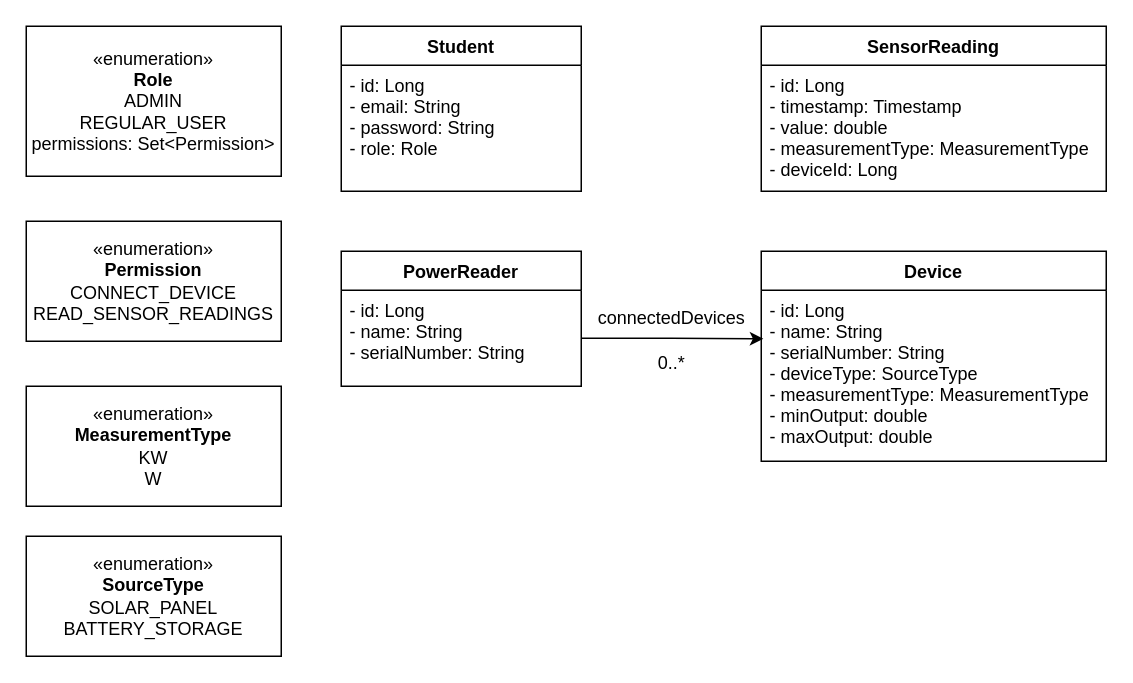
sdjuric00/power-reader-api keeps this draw.io diagram as diagrams/class-diagram.drawio. Above is the earlier version. Source tidied: cells renumbered, new cells numbered last; positions are measured from the earlier drawing's top-left corner, leaving out a move shared by most shapes. Both pictures are drawn from the tidied source at 150%, with x=0, y=0 at pixel (26, 26).
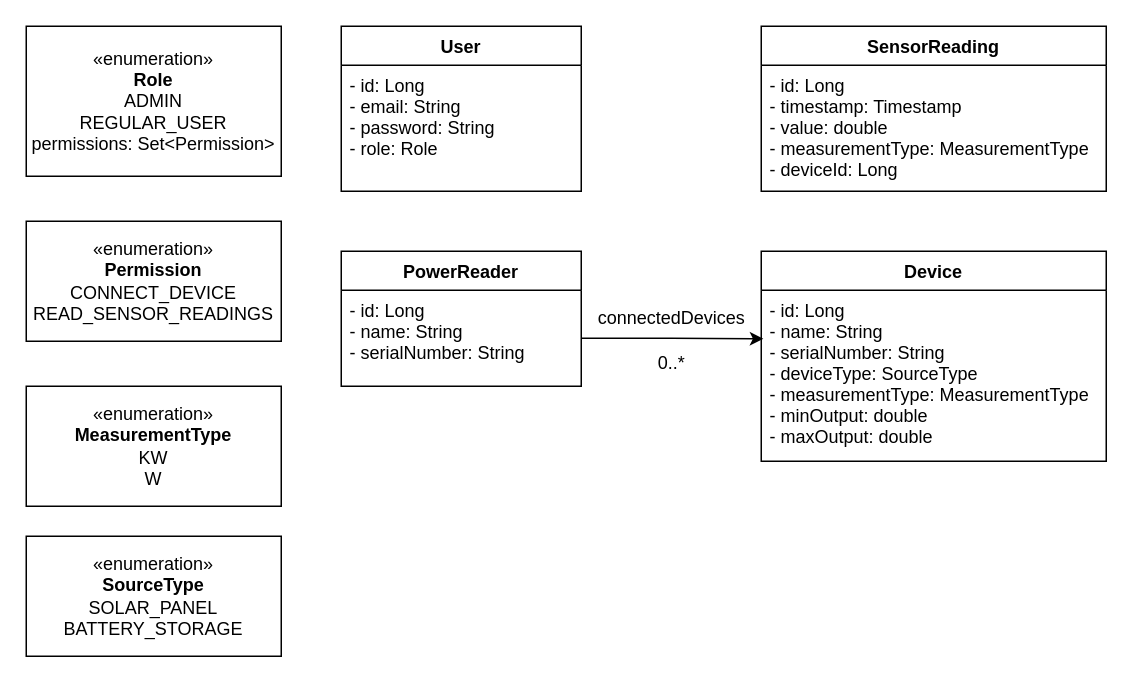
The same diagram, later.

The edit, as a diff of the source:
```diff
@@
 <mxGraphModel>
   <root>
     <mxCell id="0" />
     <mxCell id="1" parent="0" />
-    <mxCell id="2" value="Student" style="swimlane;fontStyle=1;align=center;verticalAlign=top;horizontal=1;startSize=26;rounded=0;shadow=0;strokeWidth=1;" parent="1" vertex="1">
+    <mxCell id="2" value="User" style="swimlane;fontStyle=1;align=center;verticalAlign=top;horizontal=1;startSize=26;rounded=0;shadow=0;strokeWidth=1;" parent="1" vertex="1">
       <mxGeometry x="210" width="160" height="110" as="geometry" />
     </mxCell>
     <mxCell id="3" value="- id: Long&#10;- email: String&#10;- password: String&#10;- role: Role" style="text;align=left;verticalAlign=top;spacingLeft=4;spacingRight=4;overflow=hidden;" parent="2" vertex="1">
       <mxGeometry y="26" width="160" height="64" as="geometry" />
     </mxCell>
     <mxCell id="4" value="«enumeration»&lt;br&gt;&lt;b&gt;Role&lt;/b&gt;&lt;br&gt;ADMIN&lt;br&gt;REGULAR_USER&lt;br&gt;permissions: Set&amp;lt;Permission&amp;gt;" style="html=1;whiteSpace=wrap;" parent="1" vertex="1">
       <mxGeometry width="170" height="100" as="geometry" />
     </mxCell>
     <mxCell id="5" value="«enumeration»&lt;br&gt;&lt;b&gt;Permission&lt;/b&gt;&lt;br&gt;CONNECT_DEVICE&lt;br&gt;READ_SENSOR_READINGS&lt;br&gt;" style="html=1;whiteSpace=wrap;" parent="1" vertex="1">
       <mxGeometry y="130" width="170" height="80" as="geometry" />
     </mxCell>
     <mxCell id="6" value="SensorReading" style="swimlane;fontStyle=1;align=center;verticalAlign=top;horizontal=1;startSize=26;rounded=0;shadow=0;strokeWidth=1;" parent="1" vertex="1">
       <mxGeometry x="490" width="230" height="110" as="geometry" />
     </mxCell>
     <mxCell id="7" value="- id: Long&#10;- timestamp: Timestamp&#10;- value: double&#10;- measurementType: MeasurementType&#10;- deviceId: Long" style="text;align=left;verticalAlign=top;spacingLeft=4;spacingRight=4;overflow=hidden;" parent="6" vertex="1">
       <mxGeometry y="26" width="230" height="84" as="geometry" />
     </mxCell>
     <mxCell id="8" value="«enumeration»&lt;br&gt;&lt;b&gt;MeasurementType&lt;/b&gt;&lt;br&gt;KW&lt;br&gt;W" style="html=1;whiteSpace=wrap;" parent="1" vertex="1">
       <mxGeometry y="240" width="170" height="80" as="geometry" />
     </mxCell>
     <mxCell id="9" value="PowerReader" style="swimlane;fontStyle=1;align=center;verticalAlign=top;horizontal=1;startSize=26;rounded=0;shadow=0;strokeWidth=1;" parent="1" vertex="1">
       <mxGeometry x="210" y="150" width="160" height="90" as="geometry" />
     </mxCell>
     <mxCell id="10" value="- id: Long&#10;- name: String&#10;- serialNumber: String&#10;" style="text;align=left;verticalAlign=top;spacingLeft=4;spacingRight=4;overflow=hidden;points=[[0,0.5],[1,0.5]];portConstraint=eastwest;" parent="9" vertex="1">
       <mxGeometry y="26" width="160" height="64" as="geometry" />
     </mxCell>
     <mxCell id="11" value="Device" style="swimlane;fontStyle=1;align=center;verticalAlign=top;horizontal=1;startSize=26;rounded=0;shadow=0;strokeWidth=1;" parent="1" vertex="1">
       <mxGeometry x="490" y="150" width="230" height="140" as="geometry" />
     </mxCell>
     <mxCell id="12" value="- id: Long&#10;- name: String&#10;- serialNumber: String&#10;- deviceType: SourceType&#10;- measurementType: MeasurementType&#10;- minOutput: double&#10;- maxOutput: double&#10;&#10;" style="text;align=left;verticalAlign=top;spacingLeft=4;spacingRight=4;overflow=hidden;points=[[0,0.5],[1,0.5]];portConstraint=eastwest;" parent="11" vertex="1">
       <mxGeometry y="26" width="230" height="114" as="geometry" />
     </mxCell>
     <mxCell id="13" style="edgeStyle=orthogonalEdgeStyle;rounded=0;jettySize=auto;html=1;exitX=1;exitY=0.5;exitDx=0;exitDy=0;entryX=0.006;entryY=0.284;entryDx=0;entryDy=0;entryPerimeter=0;" parent="1" edge="1" source="10" target="12">
       <mxGeometry relative="1" as="geometry" />
     </mxCell>
     <mxCell id="14" value="connectedDevices" style="text;html=1;align=center;verticalAlign=middle;strokeColor=none;fillColor=none;" parent="1" vertex="1">
       <mxGeometry x="370" y="180" width="120" height="30" as="geometry" />
     </mxCell>
     <mxCell id="15" value="0..*" style="text;html=1;align=center;verticalAlign=middle;strokeColor=none;fillColor=none;" parent="1" vertex="1">
       <mxGeometry x="410" y="210" width="40" height="30" as="geometry" />
     </mxCell>
     <mxCell id="16" value="«enumeration»&lt;br&gt;&lt;b&gt;SourceType&lt;/b&gt;&lt;br&gt;SOLAR_PANEL&lt;br&gt;BATTERY_STORAGE" style="html=1;whiteSpace=wrap;" parent="1" vertex="1">
       <mxGeometry y="340" width="170" height="80" as="geometry" />
     </mxCell>
   </root>
 </mxGraphModel>
```
